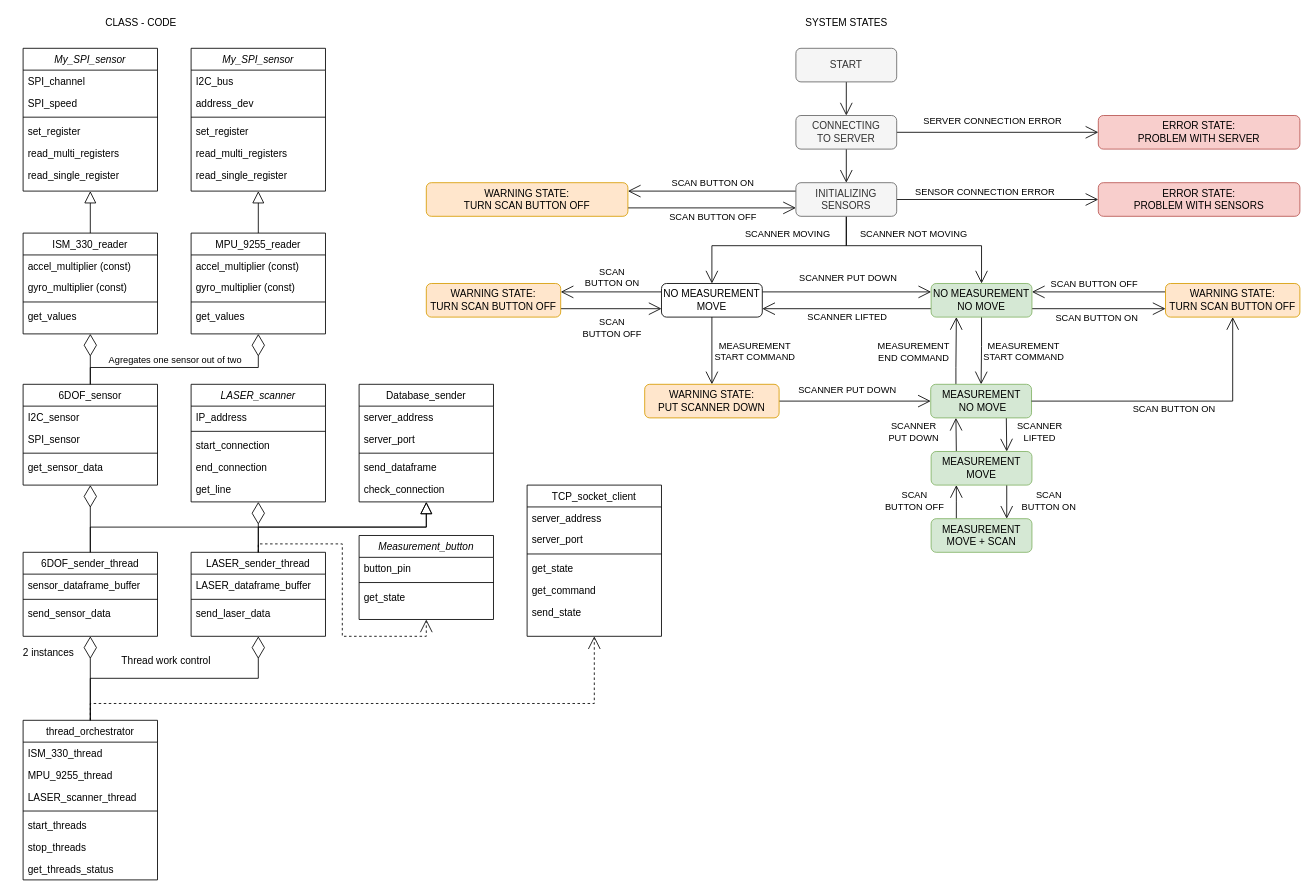
This is rp_client/rp_client_UML_diagram.drawio from adam-wojewoda/scan_3d_MGR, a draw.io file, before an edit. Source tidied: cells renumbered, new cells numbered last; positions are measured from the earlier drawing's top-left corner, leaving out a move shared by most shapes. Both pictures are drawn from the tidied source at 84%, with x=0, y=0 at pixel (14, 14).
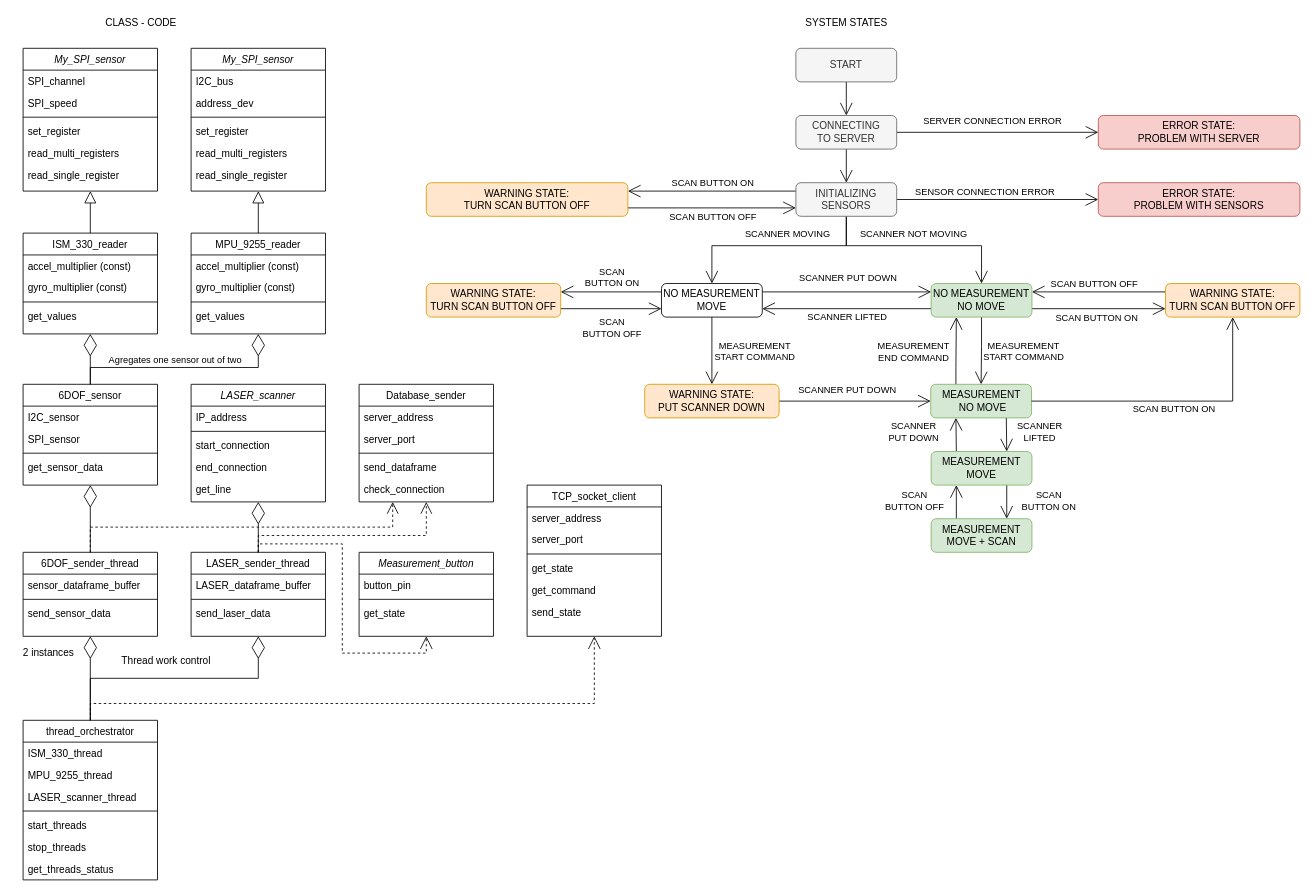
Above is the later version.

The change refers to these unchanged cells:
```xml
<mxCell id="42" value="6DOF_sender_thread" style="swimlane;fontStyle=0;align=center;verticalAlign=top;horizontal=1;startSize=26;rounded=0;shadow=0;strokeWidth=1;" parent="1" vertex="1">
  <mxGeometry x="10" y="640" width="160" height="100" as="geometry" />
</mxCell>
<mxCell id="46" value="LASER_sender_thread" style="swimlane;fontStyle=0;align=center;verticalAlign=top;horizontal=1;startSize=26;rounded=0;shadow=0;strokeWidth=1;" parent="1" vertex="1">
  <mxGeometry x="210" y="640" width="160" height="100" as="geometry" />
</mxCell>
<mxCell id="137" value="Database_sender" style="swimlane;fontStyle=0;align=center;verticalAlign=top;horizontal=1;startSize=26;rounded=0;shadow=0;strokeWidth=1;" parent="1" vertex="1">
  <mxGeometry x="410" y="440" width="160" height="140" as="geometry" />
</mxCell>
```

Diff of the diagram source:
```diff
@@
     <mxCell id="102" value="Measurement_button" style="swimlane;fontStyle=2;align=center;verticalAlign=top;horizontal=1;startSize=26;rounded=0;shadow=0;strokeWidth=1;" parent="1" vertex="1">
-      <mxGeometry x="410" y="620" width="160" height="100" as="geometry" />
+      <mxGeometry x="410" y="640" width="160" height="100" as="geometry" />
     </mxCell>
@@
     <mxCell id="106" style="endArrow=open;endFill=0;endSize=13;html=1;rounded=0;edgeStyle=orthogonalEdgeStyle;exitX=0.5;exitY=0;exitDx=0;exitDy=0;entryX=0.5;entryY=1;entryDx=0;entryDy=0;jumpSize=6;dashed=1;" parent="1" edge="1" source="46" target="102">
       <mxGeometry relative="1" as="geometry">
         <Array as="points">
           <mxPoint x="290" y="630" />
           <mxPoint x="390" y="630" />
-          <mxPoint x="390" y="740" />
-          <mxPoint x="490" y="740" />
+          <mxPoint x="390" y="760" />
+          <mxPoint x="490" y="760" />
         </Array>
       </mxGeometry>
     </mxCell>
@@
-    <mxCell id="143" style="endArrow=block;endFill=0;endSize=12;html=1;rounded=0;edgeStyle=orthogonalEdgeStyle;exitX=0.5;exitY=0;exitDx=0;exitDy=0;entryX=0.5;entryY=1;entryDx=0;entryDy=0;" parent="1" edge="1" source="46" target="137">
+    <mxCell id="143" style="endArrow=open;endFill=0;endSize=12;html=1;rounded=0;edgeStyle=orthogonalEdgeStyle;exitX=0.5;exitY=0;exitDx=0;exitDy=0;entryX=0.5;entryY=1;entryDx=0;entryDy=0;dashed=1;" parent="1" edge="1" source="46" target="137">
       <mxGeometry relative="1" as="geometry">
         <Array as="points">
-          <mxPoint x="290" y="610" />
-          <mxPoint x="490" y="610" />
+          <mxPoint x="290" y="620" />
+          <mxPoint x="490" y="620" />
         </Array>
       </mxGeometry>
     </mxCell>
-    <mxCell id="144" style="endArrow=block;endFill=0;endSize=12;html=1;rounded=0;edgeStyle=orthogonalEdgeStyle;exitX=0.5;exitY=0;exitDx=0;exitDy=0;entryX=0.5;entryY=1;entryDx=0;entryDy=0;" parent="1" edge="1" source="42" target="137">
+    <mxCell id="144" style="endArrow=open;endFill=0;endSize=12;html=1;rounded=0;edgeStyle=orthogonalEdgeStyle;exitX=0.5;exitY=0;exitDx=0;exitDy=0;entryX=0.25;entryY=1;entryDx=0;entryDy=0;dashed=1;" parent="1" edge="1" source="42" target="137">
       <mxGeometry relative="1" as="geometry">
         <Array as="points">
           <mxPoint x="90" y="610" />
-          <mxPoint x="490" y="610" />
+          <mxPoint x="450" y="610" />
         </Array>
       </mxGeometry>
     </mxCell>
```
